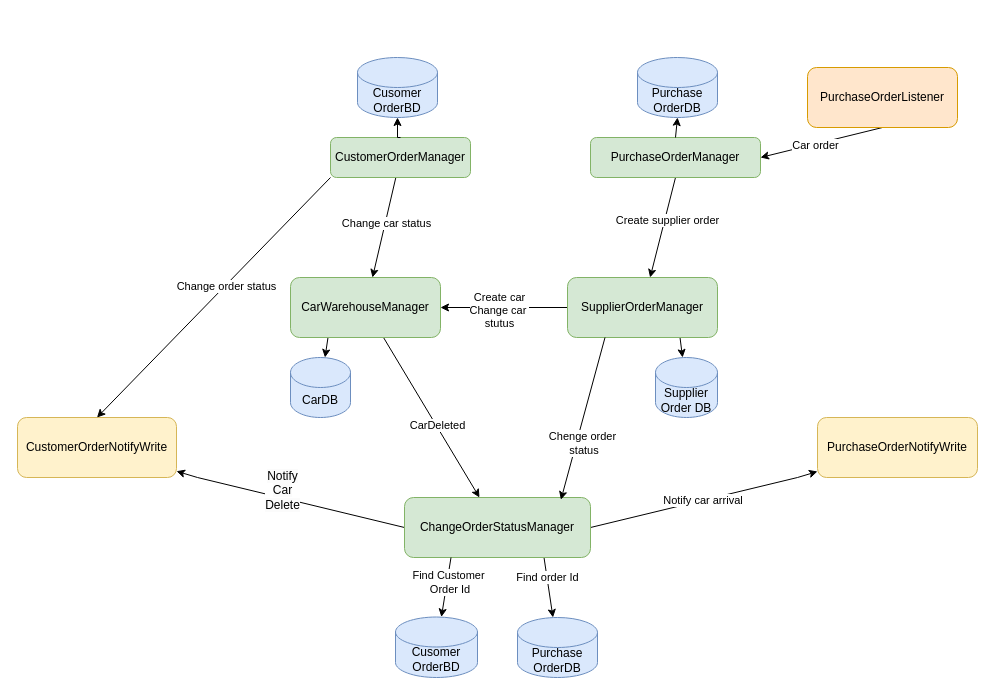
This is WarehouseManagers.drawio from capit33/CarDealership, a draw.io file, before an edit. Source tidied: cells renumbered, new cells numbered last; positions are measured from the earlier drawing's top-left corner, leaving out a move shared by most shapes. Both pictures are drawn from the tidied source at 100%, with x=0, y=0 at pixel (17, 57).
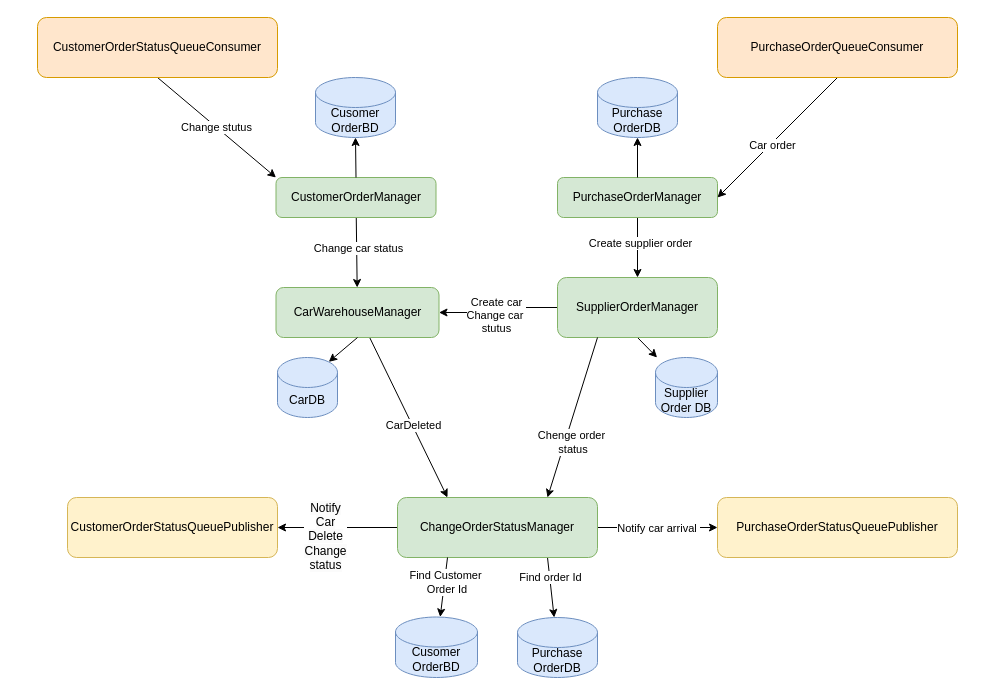
The same diagram, later.

Unchanged cells that the change refers to:
```xml
<mxCell id="35" value="Supplier Order DB" style="shape=cylinder3;whiteSpace=wrap;html=1;boundedLbl=1;backgroundOutline=1;size=15;fillColor=#dae8fc;strokeColor=#6c8ebf;" parent="1" vertex="1">
  <mxGeometry x="638" y="300" width="62" height="60" as="geometry" />
</mxCell>
```

The edit, as a diff of the source:
```diff
@@
-    <mxCell id="2" style="rounded=0;jettySize=auto;html=1;exitX=0.25;exitY=1;exitDx=0;exitDy=0;" parent="1" edge="1" source="5" target="6">
-      <mxGeometry relative="1" as="geometry" />
-    </mxCell>
-    <mxCell id="3" style="rounded=0;jettySize=auto;html=1;" parent="1" edge="1" source="5" target="13">
+    <mxCell id="3" style="rounded=0;jettySize=auto;html=1;entryX=0.25;entryY=0;entryDx=0;entryDy=0;" parent="1" edge="1" source="5" target="13">
       <mxGeometry relative="1" as="geometry" />
     </mxCell>
@@
     <mxCell id="5" value="CarWarehouseManager" style="rounded=1;whiteSpace=wrap;html=1;fillColor=#d5e8d4;strokeColor=#82b366;" parent="1" vertex="1">
-      <mxGeometry x="273" y="220" width="150" height="60" as="geometry" />
+      <mxGeometry x="258.5" y="230" width="163" height="50" as="geometry" />
     </mxCell>
     <mxCell id="6" value="CarDB" style="shape=cylinder3;whiteSpace=wrap;html=1;boundedLbl=1;backgroundOutline=1;size=15;fillColor=#dae8fc;strokeColor=#6c8ebf;" parent="1" vertex="1">
-      <mxGeometry x="273" y="300" width="60" height="60" as="geometry" />
+      <mxGeometry x="260" y="300" width="60" height="60" as="geometry" />
     </mxCell>
-    <mxCell id="7" style="rounded=0;jettySize=auto;html=1;exitX=0;exitY=0.5;exitDx=0;exitDy=0;" parent="1" edge="1" source="13" target="16">
-      <mxGeometry relative="1" as="geometry">
-        <Array as="points">
-          <mxPoint x="180" y="420" />
-        </Array>
-      </mxGeometry>
+    <mxCell id="7" style="rounded=0;jettySize=auto;html=1;exitX=0;exitY=0.5;exitDx=0;exitDy=0;entryX=1;entryY=0.5;entryDx=0;entryDy=0;" parent="1" edge="1" source="13" target="16">
+      <mxGeometry relative="1" as="geometry" />
     </mxCell>
-    <mxCell id="8" value="&lt;span style=&quot;font-size: 12px; text-wrap: wrap; background-color: rgb(251, 251, 251);&quot;&gt;Notify Car Delete&lt;/span&gt;" style="edgeLabel;html=1;align=center;verticalAlign=middle;" parent="7" vertex="1">
-      <mxGeometry x="-0.14" y="-1" relative="1" as="geometry">
-        <mxPoint x="-25" y="-13" as="offset" />
-      </mxGeometry>
-    </mxCell>
+    <mxCell id="42" value="&lt;span style=&quot;text-wrap: wrap; font-size: 12px; background-color: rgb(251, 251, 251);&quot;&gt;Notify Car Delete&lt;/span&gt;&lt;div&gt;&lt;span style=&quot;font-size: 12px; text-wrap: wrap; background-color: rgb(251, 251, 251);&quot;&gt;Change status&lt;/span&gt;&lt;/div&gt;" style="edgeLabel;html=1;align=center;verticalAlign=middle;" parent="7" vertex="1">
+      <mxGeometry x="0.01" relative="1" as="geometry">
+        <mxPoint x="-12" y="8" as="offset" />
+      </mxGeometry>
+    </mxCell>
@@
     <mxCell id="11" style="rounded=0;jettySize=auto;html=1;exitX=1;exitY=0.5;exitDx=0;exitDy=0;" parent="1" edge="1" source="13" target="30">
-      <mxGeometry relative="1" as="geometry">
-        <Array as="points">
-          <mxPoint x="780" y="420" />
-        </Array>
-      </mxGeometry>
+      <mxGeometry relative="1" as="geometry" />
     </mxCell>
@@
     <mxCell id="13" value="Change&lt;span style=&quot;background-color: initial;&quot;&gt;OrderStatusManager&lt;/span&gt;" style="rounded=1;whiteSpace=wrap;html=1;fillColor=#d5e8d4;strokeColor=#82b366;" parent="1" vertex="1">
-      <mxGeometry x="387" y="440" width="186" height="60" as="geometry" />
+      <mxGeometry x="380" y="440" width="200" height="60" as="geometry" />
     </mxCell>
@@
-    <mxCell id="16" value="CustomerOrderNotifyWrite" style="rounded=1;whiteSpace=wrap;html=1;fillColor=#fff2cc;strokeColor=#d6b656;" parent="1" vertex="1">
-      <mxGeometry y="360" width="159" height="60" as="geometry" />
+    <mxCell id="16" value="CustomerOrderStatusQueuePublisher" style="rounded=1;whiteSpace=wrap;html=1;fillColor=#fff2cc;strokeColor=#d6b656;" parent="1" vertex="1">
+      <mxGeometry x="50" y="440" width="210" height="60" as="geometry" />
     </mxCell>
@@
-    <mxCell id="20" style="rounded=0;jettySize=auto;html=1;exitX=0;exitY=1;exitDx=0;exitDy=0;entryX=0.5;entryY=0;entryDx=0;entryDy=0;" parent="1" edge="1" source="22" target="16">
-      <mxGeometry relative="1" as="geometry" />
-    </mxCell>
-    <mxCell id="21" value="Change order status" style="edgeLabel;html=1;align=center;verticalAlign=middle;" parent="20" vertex="1">
-      <mxGeometry x="-0.1" y="1" relative="1" as="geometry" />
-    </mxCell>
     <mxCell id="22" value="CustomerOrderManager" style="rounded=1;whiteSpace=wrap;html=1;fillColor=#d5e8d4;strokeColor=#82b366;" parent="1" vertex="1">
-      <mxGeometry x="313" y="80" width="140" height="40" as="geometry" />
+      <mxGeometry x="258.5" y="120" width="160" height="40" as="geometry" />
     </mxCell>
     <mxCell id="23" value="Cusomer&lt;div&gt;OrderBD&lt;/div&gt;" style="shape=cylinder3;whiteSpace=wrap;html=1;boundedLbl=1;backgroundOutline=1;size=15;fillColor=#dae8fc;strokeColor=#6c8ebf;" parent="1" vertex="1">
-      <mxGeometry x="340" width="80" height="60" as="geometry" />
+      <mxGeometry x="298" y="20" width="80" height="60" as="geometry" />
     </mxCell>
@@
     <mxCell id="26" value="PurchaseOrderManager" style="rounded=1;whiteSpace=wrap;html=1;fillColor=#d5e8d4;strokeColor=#82b366;" parent="1" vertex="1">
-      <mxGeometry x="573" y="80" width="170" height="40" as="geometry" />
+      <mxGeometry x="540" y="120" width="160" height="40" as="geometry" />
     </mxCell>
     <mxCell id="27" value="Purchase&lt;div&gt;OrderDB&lt;/div&gt;" style="shape=cylinder3;whiteSpace=wrap;html=1;boundedLbl=1;backgroundOutline=1;size=15;fillColor=#dae8fc;strokeColor=#6c8ebf;" parent="1" vertex="1">
-      <mxGeometry x="620" width="80" height="60" as="geometry" />
+      <mxGeometry x="580" y="20" width="80" height="60" as="geometry" />
     </mxCell>
-    <mxCell id="28" style="edgeStyle=orthogonalEdgeStyle;rounded=0;jettySize=auto;html=1;exitX=0.5;exitY=0;exitDx=0;exitDy=0;entryX=0.5;entryY=1;entryDx=0;entryDy=0;entryPerimeter=0;" parent="1" edge="1" source="22" target="23">
+    <mxCell id="28" style="rounded=0;jettySize=auto;html=1;exitX=0.5;exitY=0;exitDx=0;exitDy=0;entryX=0.5;entryY=1;entryDx=0;entryDy=0;entryPerimeter=0;" parent="1" edge="1" source="22" target="23">
       <mxGeometry relative="1" as="geometry" />
     </mxCell>
@@
-    <mxCell id="30" value="PurchaseOrderNotifyWrite" style="rounded=1;whiteSpace=wrap;html=1;fillColor=#fff2cc;strokeColor=#d6b656;" parent="1" vertex="1">
-      <mxGeometry x="800" y="360" width="160" height="60" as="geometry" />
+    <mxCell id="30" value="PurchaseOrderStatusQueuePublisher" style="rounded=1;whiteSpace=wrap;html=1;fillColor=#fff2cc;strokeColor=#d6b656;" parent="1" vertex="1">
+      <mxGeometry x="700" y="440" width="240" height="60" as="geometry" />
     </mxCell>
-    <mxCell id="31" style="rounded=0;jettySize=auto;html=1;exitX=0.75;exitY=1;exitDx=0;exitDy=0;" parent="1" edge="1" source="34" target="35">
+    <mxCell id="31" style="rounded=0;jettySize=auto;html=1;exitX=0.5;exitY=1;exitDx=0;exitDy=0;" parent="1" edge="1" source="34" target="35">
       <mxGeometry relative="1" as="geometry" />
     </mxCell>
@@
     <mxCell id="34" value="SupplierOrderManager" style="rounded=1;whiteSpace=wrap;html=1;fillColor=#d5e8d4;strokeColor=#82b366;" parent="1" vertex="1">
-      <mxGeometry x="550" y="220" width="150" height="60" as="geometry" />
+      <mxGeometry x="540" y="220" width="160" height="60" as="geometry" />
     </mxCell>
@@
-    <mxCell id="37" style="rounded=0;jettySize=auto;html=1;exitX=0.25;exitY=1;exitDx=0;exitDy=0;entryX=0.841;entryY=0.037;entryDx=0;entryDy=0;entryPerimeter=0;" parent="1" edge="1" source="34" target="13">
+    <mxCell id="37" style="rounded=0;jettySize=auto;html=1;exitX=0.25;exitY=1;exitDx=0;exitDy=0;entryX=0.75;entryY=0;entryDx=0;entryDy=0;" parent="1" edge="1" source="34" target="13">
       <mxGeometry relative="1" as="geometry" />
     </mxCell>
@@
-    <mxCell id="41" value="PurchaseOrderListener" style="rounded=1;whiteSpace=wrap;html=1;fillColor=#ffe6cc;strokeColor=#d79b00;" parent="1" vertex="1">
-      <mxGeometry x="790" y="10" width="150" height="60" as="geometry" />
+    <mxCell id="41" value="PurchaseOrderQueueConsumer" style="rounded=1;whiteSpace=wrap;html=1;fillColor=#ffe6cc;strokeColor=#d79b00;" parent="1" vertex="1">
+      <mxGeometry x="700" y="-40" width="240" height="60" as="geometry" />
     </mxCell>
+    <mxCell id="43" style="rounded=0;jettySize=auto;html=1;entryX=0;entryY=0;entryDx=0;entryDy=0;exitX=0.5;exitY=1;exitDx=0;exitDy=0;" parent="1" edge="1" source="45" target="22">
+      <mxGeometry relative="1" as="geometry" />
+    </mxCell>
+    <mxCell id="44" value="Change stutus" style="edgeLabel;html=1;align=center;verticalAlign=middle;" parent="43" vertex="1">
+      <mxGeometry x="-0.01" relative="1" as="geometry" />
+    </mxCell>
+    <mxCell id="45" value="CustomerOrderStatusQueueConsumer" style="rounded=1;whiteSpace=wrap;html=1;fillColor=#ffe6cc;strokeColor=#d79b00;" parent="1" vertex="1">
+      <mxGeometry x="20" y="-40" width="240" height="60" as="geometry" />
+    </mxCell>
+    <mxCell id="2" style="rounded=0;jettySize=auto;html=1;exitX=0.5;exitY=1;exitDx=0;exitDy=0;entryX=0.855;entryY=0;entryDx=0;entryDy=4.35;entryPerimeter=0;" parent="1" edge="1" source="5" target="6">
+      <mxGeometry relative="1" as="geometry" />
+    </mxCell>
```
